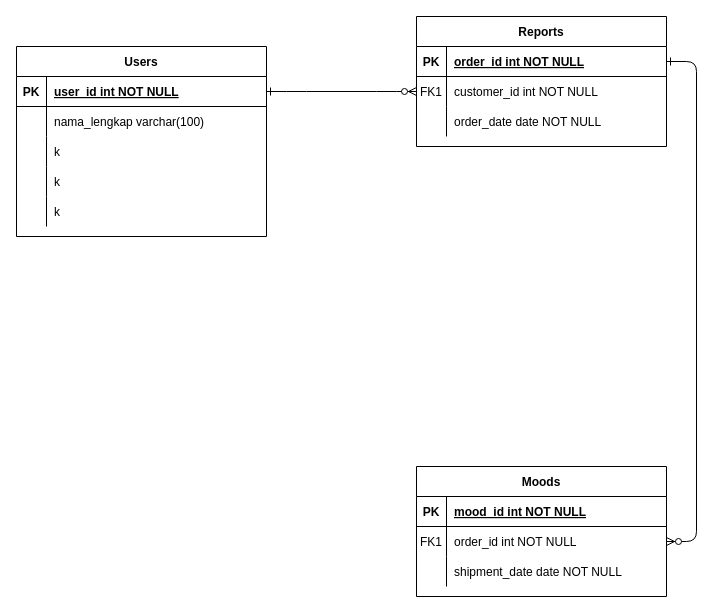
The draw.io diagram page "Halaman-2" (2 of 2) of ERD_MonitoringMagang.drawio in niflAkuy/MonitoringMagang, before the edit. Source tidied: cells renumbered, new cells numbered last; positions are measured from the earlier drawing's top-left corner, leaving out a move shared by most shapes. Both pictures are drawn from the tidied source at 100%, with x=0, y=0 at pixel (16, 16).
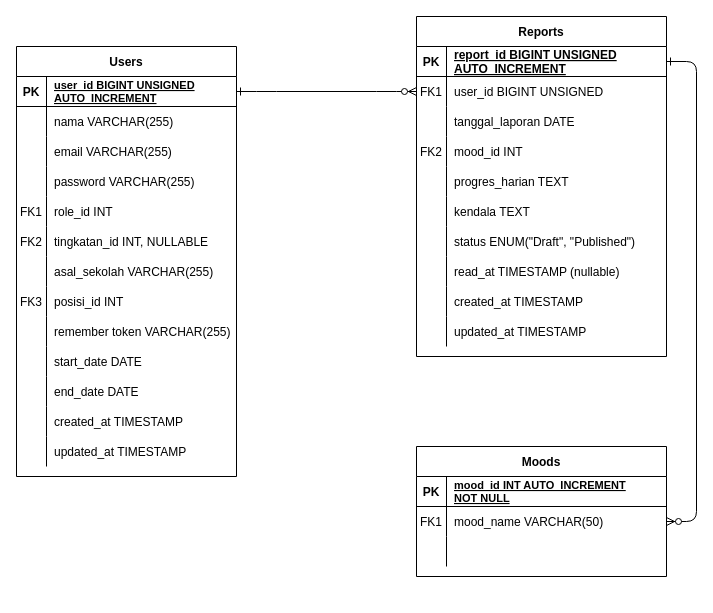
The same diagram, later.

Unchanged cells that the change refers to:
```xml
<mxCell id="5" style="shape=partialRectangle;fillColor=none;points=[[0,0.5],[1,0.5]];portConstraint=eastwest;top=0;left=0;right=0;bottom=1;" parent="4" vertex="1">
  <mxGeometry y="30" width="250" height="30" as="geometry" />
</mxCell>
<mxCell id="8" style="shape=partialRectangle;fillColor=none;points=[[0,0.5],[1,0.5]];portConstraint=eastwest;top=0;left=0;right=0;bottom=0;" parent="4" vertex="1">
  <mxGeometry y="60" width="250" height="30" as="geometry" />
</mxCell>
<mxCell id="11" style="shape=partialRectangle;fillColor=none;top=0;left=0;right=0;bottom=0;" parent="4" vertex="1">
  <mxGeometry y="90" width="250" height="30" as="geometry" />
</mxCell>
<mxCell id="15" style="shape=partialRectangle;fillColor=none;top=0;left=0;right=0;bottom=1;" parent="14" vertex="1">
  <mxGeometry y="30" width="250" height="30" as="geometry" />
</mxCell>
<mxCell id="18" style="shape=partialRectangle;fillColor=none;points=[[0,0.5],[1,0.5]];portConstraint=eastwest;top=0;left=0;right=0;bottom=0;" parent="14" vertex="1">
  <mxGeometry y="60" width="250" height="30" as="geometry" />
</mxCell>
<mxCell id="21" style="shape=partialRectangle;fillColor=none;top=0;left=0;right=0;bottom=0;" parent="14" vertex="1">
  <mxGeometry y="90" width="250" height="30" as="geometry" />
</mxCell>
```

What changed in the source:
```diff
@@
     <mxCell id="4" value="Reports" style="shape=table;startSize=30;childLayout=tableLayout;rowLines=0;fontStyle=1;align=center;" parent="1" vertex="1">
-      <mxGeometry x="400" width="250" height="130" as="geometry" />
+      <mxGeometry x="400" width="250" height="340" as="geometry" />
     </mxCell>
@@
-    <mxCell id="7" value="order_id int NOT NULL " style="shape=partialRectangle;overflow=hidden;fillColor=none;top=0;left=0;bottom=0;right=0;align=left;spacingLeft=6;fontStyle=5;" parent="5" vertex="1">
+    <mxCell id="7" value="report_id BIGINT UNSIGNED&#10;AUTO_INCREMENT" style="shape=partialRectangle;overflow=hidden;fillColor=none;top=0;left=0;bottom=0;right=0;align=left;spacingLeft=6;fontStyle=5;" parent="5" vertex="1">
       <mxGeometry x="30" width="220" height="30" as="geometry" />
     </mxCell>
@@
-    <mxCell id="10" value="customer_id int NOT NULL" style="shape=partialRectangle;overflow=hidden;fillColor=none;top=0;left=0;bottom=0;right=0;align=left;spacingLeft=6;" parent="8" vertex="1">
+    <mxCell id="10" value="user_id BIGINT UNSIGNED" style="shape=partialRectangle;overflow=hidden;fillColor=none;top=0;left=0;bottom=0;right=0;align=left;spacingLeft=6;" parent="8" vertex="1">
       <mxGeometry x="30" width="220" height="30" as="geometry" />
     </mxCell>
@@
-    <mxCell id="13" value="order_date date NOT NULL" style="shape=partialRectangle;overflow=hidden;fillColor=none;top=0;left=0;bottom=0;right=0;align=left;spacingLeft=6;" parent="11" vertex="1">
+    <mxCell id="13" value="tanggal_laporan DATE" style="shape=partialRectangle;overflow=hidden;fillColor=none;top=0;left=0;bottom=0;right=0;align=left;spacingLeft=6;" parent="11" vertex="1">
       <mxGeometry x="30" width="220" height="30" as="geometry" />
     </mxCell>
+    <mxCell id="40" style="shape=partialRectangle;fillColor=none;top=0;left=0;right=0;bottom=0;" parent="4" vertex="1">
+      <mxGeometry y="120" width="250" height="30" as="geometry" />
+    </mxCell>
+    <mxCell id="41" value="FK2" style="shape=partialRectangle;overflow=hidden;fillColor=none;top=0;left=0;bottom=0;right=0;" parent="40" vertex="1">
+      <mxGeometry width="30" height="30" as="geometry" />
+    </mxCell>
+    <mxCell id="42" value="mood_id INT" style="shape=partialRectangle;overflow=hidden;fillColor=none;top=0;left=0;bottom=0;right=0;align=left;spacingLeft=6;" parent="40" vertex="1">
+      <mxGeometry x="30" width="220" height="30" as="geometry" />
+    </mxCell>
+    <mxCell id="43" style="shape=partialRectangle;fillColor=none;top=0;left=0;right=0;bottom=0;" parent="4" vertex="1">
+      <mxGeometry y="150" width="250" height="30" as="geometry" />
+    </mxCell>
+    <mxCell id="44" style="shape=partialRectangle;overflow=hidden;fillColor=none;top=0;left=0;bottom=0;right=0;" parent="43" vertex="1">
+      <mxGeometry width="30" height="30" as="geometry" />
+    </mxCell>
+    <mxCell id="45" value="progres_harian TEXT" style="shape=partialRectangle;overflow=hidden;fillColor=none;top=0;left=0;bottom=0;right=0;align=left;spacingLeft=6;" parent="43" vertex="1">
+      <mxGeometry x="30" width="220" height="30" as="geometry" />
+    </mxCell>
+    <mxCell id="46" style="shape=partialRectangle;fillColor=none;top=0;left=0;right=0;bottom=0;" parent="4" vertex="1">
+      <mxGeometry y="180" width="250" height="30" as="geometry" />
+    </mxCell>
+    <mxCell id="47" style="shape=partialRectangle;overflow=hidden;fillColor=none;top=0;left=0;bottom=0;right=0;" parent="46" vertex="1">
+      <mxGeometry width="30" height="30" as="geometry" />
+    </mxCell>
+    <mxCell id="48" value="kendala TEXT" style="shape=partialRectangle;overflow=hidden;fillColor=none;top=0;left=0;bottom=0;right=0;align=left;spacingLeft=6;" parent="46" vertex="1">
+      <mxGeometry x="30" width="220" height="30" as="geometry" />
+    </mxCell>
+    <mxCell id="49" style="shape=partialRectangle;fillColor=none;top=0;left=0;right=0;bottom=0;" parent="4" vertex="1">
+      <mxGeometry y="210" width="250" height="30" as="geometry" />
+    </mxCell>
+    <mxCell id="50" style="shape=partialRectangle;overflow=hidden;fillColor=none;top=0;left=0;bottom=0;right=0;" parent="49" vertex="1">
+      <mxGeometry width="30" height="30" as="geometry" />
+    </mxCell>
+    <mxCell id="51" value="status ENUM(&quot;Draft&quot;, &quot;Published&quot;)" style="shape=partialRectangle;overflow=hidden;fillColor=none;top=0;left=0;bottom=0;right=0;align=left;spacingLeft=6;" parent="49" vertex="1">
+      <mxGeometry x="30" width="220" height="30" as="geometry" />
+    </mxCell>
+    <mxCell id="52" style="shape=partialRectangle;fillColor=none;top=0;left=0;right=0;bottom=0;" parent="4" vertex="1">
+      <mxGeometry y="240" width="250" height="30" as="geometry" />
+    </mxCell>
+    <mxCell id="53" style="shape=partialRectangle;overflow=hidden;fillColor=none;top=0;left=0;bottom=0;right=0;" parent="52" vertex="1">
+      <mxGeometry width="30" height="30" as="geometry" />
+    </mxCell>
+    <mxCell id="54" value="read_at TIMESTAMP (nullable)" style="shape=partialRectangle;overflow=hidden;fillColor=none;top=0;left=0;bottom=0;right=0;align=left;spacingLeft=6;" parent="52" vertex="1">
+      <mxGeometry x="30" width="220" height="30" as="geometry" />
+    </mxCell>
+    <mxCell id="55" style="shape=partialRectangle;fillColor=none;top=0;left=0;right=0;bottom=0;" parent="4" vertex="1">
+      <mxGeometry y="270" width="250" height="30" as="geometry" />
+    </mxCell>
+    <mxCell id="56" style="shape=partialRectangle;overflow=hidden;fillColor=none;top=0;left=0;bottom=0;right=0;" parent="55" vertex="1">
+      <mxGeometry width="30" height="30" as="geometry" />
+    </mxCell>
+    <mxCell id="57" value="created_at TIMESTAMP" style="shape=partialRectangle;overflow=hidden;fillColor=none;top=0;left=0;bottom=0;right=0;align=left;spacingLeft=6;" parent="55" vertex="1">
+      <mxGeometry x="30" width="220" height="30" as="geometry" />
+    </mxCell>
+    <mxCell id="58" style="shape=partialRectangle;fillColor=none;top=0;left=0;right=0;bottom=0;" parent="4" vertex="1">
+      <mxGeometry y="300" width="250" height="30" as="geometry" />
+    </mxCell>
+    <mxCell id="59" style="shape=partialRectangle;overflow=hidden;fillColor=none;top=0;left=0;bottom=0;right=0;" parent="58" vertex="1">
+      <mxGeometry width="30" height="30" as="geometry" />
+    </mxCell>
+    <mxCell id="60" value="updated_at TIMESTAMP" style="shape=partialRectangle;overflow=hidden;fillColor=none;top=0;left=0;bottom=0;right=0;align=left;spacingLeft=6;" parent="58" vertex="1">
+      <mxGeometry x="30" width="220" height="30" as="geometry" />
+    </mxCell>
     <mxCell id="14" value="Moods" style="shape=table;startSize=30;childLayout=tableLayout;rowLines=0;fontStyle=1;align=center;" parent="1" vertex="1">
-      <mxGeometry x="400" y="450" width="250" height="130" as="geometry" />
+      <mxGeometry x="400" y="430" width="250" height="130" as="geometry" />
     </mxCell>
@@
-    <mxCell id="17" value="mood_id int NOT NULL " style="shape=partialRectangle;overflow=hidden;fillColor=none;top=0;left=0;bottom=0;right=0;align=left;spacingLeft=6;fontStyle=5;" parent="15" vertex="1">
+    <mxCell id="17" value="mood_id INT AUTO_INCREMENT&#10;NOT NULL " style="shape=partialRectangle;overflow=hidden;fillColor=none;top=0;left=0;bottom=0;right=0;align=left;spacingLeft=6;fontStyle=5;fontSize=11;" parent="15" vertex="1">
       <mxGeometry x="30" width="220" height="30" as="geometry" />
     </mxCell>
@@
-    <mxCell id="20" value="order_id int NOT NULL" style="shape=partialRectangle;overflow=hidden;fillColor=none;top=0;left=0;bottom=0;right=0;align=left;spacingLeft=6;" parent="18" vertex="1">
+    <mxCell id="20" value="mood_name VARCHAR(50)" style="shape=partialRectangle;overflow=hidden;fillColor=none;top=0;left=0;bottom=0;right=0;align=left;spacingLeft=6;" parent="18" vertex="1">
       <mxGeometry x="30" width="220" height="30" as="geometry" />
     </mxCell>
@@
-    <mxCell id="23" value="shipment_date date NOT NULL" style="shape=partialRectangle;overflow=hidden;fillColor=none;top=0;left=0;bottom=0;right=0;align=left;spacingLeft=6;" parent="21" vertex="1">
+    <mxCell id="23" style="shape=partialRectangle;overflow=hidden;fillColor=none;top=0;left=0;bottom=0;right=0;align=left;spacingLeft=6;" parent="21" vertex="1">
       <mxGeometry x="30" width="220" height="30" as="geometry" />
     </mxCell>
     <mxCell id="24" value="Users" style="shape=table;startSize=30;childLayout=tableLayout;rowLines=0;fontStyle=1;align=center;" parent="1" vertex="1">
-      <mxGeometry y="30" width="250" height="190" as="geometry" />
+      <mxGeometry y="30" width="220" height="430" as="geometry" />
     </mxCell>
     <mxCell id="25" style="shape=partialRectangle;fillColor=none;points=[[0,0.5],[1,0.5]];portConstraint=eastwest;top=0;left=0;right=0;bottom=1;" parent="24" vertex="1">
-      <mxGeometry y="30" width="250" height="30" as="geometry" />
+      <mxGeometry y="30" width="220" height="30" as="geometry" />
     </mxCell>
@@
-    <mxCell id="27" value="user_id int NOT NULL " style="shape=partialRectangle;overflow=hidden;fillColor=none;top=0;left=0;bottom=0;right=0;align=left;spacingLeft=6;fontStyle=5;" parent="25" vertex="1">
-      <mxGeometry x="30" width="220" height="30" as="geometry" />
+    <mxCell id="27" value="user_id BIGINT UNSIGNED&#10;AUTO_INCREMENT" style="shape=partialRectangle;overflow=hidden;fillColor=none;top=0;left=0;bottom=0;right=0;align=left;spacingLeft=6;fontStyle=5;fontSize=11;" parent="25" vertex="1">
+      <mxGeometry x="30" width="190" height="30" as="geometry" />
     </mxCell>
     <mxCell id="28" style="shape=partialRectangle;fillColor=none;top=0;left=0;right=0;bottom=0;" parent="24" vertex="1">
-      <mxGeometry y="60" width="250" height="30" as="geometry" />
+      <mxGeometry y="60" width="220" height="30" as="geometry" />
     </mxCell>
@@
-    <mxCell id="30" value="nama_lengkap varchar(100)" style="shape=partialRectangle;overflow=hidden;fillColor=none;top=0;left=0;bottom=0;right=0;align=left;spacingLeft=6;" parent="28" vertex="1">
-      <mxGeometry x="30" width="220" height="30" as="geometry" />
+    <mxCell id="30" value="nama VARCHAR(255)" style="shape=partialRectangle;overflow=hidden;fillColor=none;top=0;left=0;bottom=0;right=0;align=left;spacingLeft=6;" parent="28" vertex="1">
+      <mxGeometry x="30" width="190" height="30" as="geometry" />
     </mxCell>
     <mxCell id="31" style="shape=partialRectangle;fillColor=none;top=0;left=0;right=0;bottom=0;" parent="24" vertex="1">
-      <mxGeometry y="90" width="250" height="30" as="geometry" />
+      <mxGeometry y="90" width="220" height="30" as="geometry" />
     </mxCell>
@@
-    <mxCell id="33" value="k" style="shape=partialRectangle;overflow=hidden;fillColor=none;top=0;left=0;bottom=0;right=0;align=left;spacingLeft=6;" parent="31" vertex="1">
-      <mxGeometry x="30" width="220" height="30" as="geometry" />
+    <mxCell id="33" value="email VARCHAR(255)" style="shape=partialRectangle;overflow=hidden;fillColor=none;top=0;left=0;bottom=0;right=0;align=left;spacingLeft=6;" parent="31" vertex="1">
+      <mxGeometry x="30" width="190" height="30" as="geometry" />
     </mxCell>
     <mxCell id="34" style="shape=partialRectangle;fillColor=none;top=0;left=0;right=0;bottom=0;" parent="24" vertex="1">
-      <mxGeometry y="120" width="250" height="30" as="geometry" />
+      <mxGeometry y="120" width="220" height="30" as="geometry" />
     </mxCell>
@@
-    <mxCell id="36" value="k" style="shape=partialRectangle;overflow=hidden;fillColor=none;top=0;left=0;bottom=0;right=0;align=left;spacingLeft=6;" parent="34" vertex="1">
-      <mxGeometry x="30" width="220" height="30" as="geometry" />
+    <mxCell id="36" value="password VARCHAR(255)" style="shape=partialRectangle;overflow=hidden;fillColor=none;top=0;left=0;bottom=0;right=0;align=left;spacingLeft=6;" parent="34" vertex="1">
+      <mxGeometry x="30" width="190" height="30" as="geometry" />
     </mxCell>
     <mxCell id="37" style="shape=partialRectangle;fillColor=none;top=0;left=0;right=0;bottom=0;" parent="24" vertex="1">
-      <mxGeometry y="150" width="250" height="30" as="geometry" />
+      <mxGeometry y="150" width="220" height="30" as="geometry" />
     </mxCell>
-    <mxCell id="38" style="shape=partialRectangle;overflow=hidden;fillColor=none;top=0;left=0;bottom=0;right=0;" parent="37" vertex="1">
+    <mxCell id="38" value="FK1" style="shape=partialRectangle;overflow=hidden;fillColor=none;top=0;left=0;bottom=0;right=0;" parent="37" vertex="1">
       <mxGeometry width="30" height="30" as="geometry" />
     </mxCell>
-    <mxCell id="39" value="k" style="shape=partialRectangle;overflow=hidden;fillColor=none;top=0;left=0;bottom=0;right=0;align=left;spacingLeft=6;" parent="37" vertex="1">
-      <mxGeometry x="30" width="220" height="30" as="geometry" />
+    <mxCell id="39" value="role_id INT" style="shape=partialRectangle;overflow=hidden;fillColor=none;top=0;left=0;bottom=0;right=0;align=left;spacingLeft=6;" parent="37" vertex="1">
+      <mxGeometry x="30" width="190" height="30" as="geometry" />
     </mxCell>
+    <mxCell id="61" style="shape=partialRectangle;fillColor=none;top=0;left=0;right=0;bottom=0;" parent="24" vertex="1">
+      <mxGeometry y="180" width="220" height="30" as="geometry" />
+    </mxCell>
+    <mxCell id="62" value="FK2" style="shape=partialRectangle;overflow=hidden;fillColor=none;top=0;left=0;bottom=0;right=0;" parent="61" vertex="1">
+      <mxGeometry width="30" height="30" as="geometry" />
+    </mxCell>
+    <mxCell id="63" value="tingkatan_id INT, NULLABLE" style="shape=partialRectangle;overflow=hidden;fillColor=none;top=0;left=0;bottom=0;right=0;align=left;spacingLeft=6;" parent="61" vertex="1">
+      <mxGeometry x="30" width="190" height="30" as="geometry" />
+    </mxCell>
+    <mxCell id="64" style="shape=partialRectangle;fillColor=none;top=0;left=0;right=0;bottom=0;" parent="24" vertex="1">
+      <mxGeometry y="210" width="220" height="30" as="geometry" />
+    </mxCell>
+    <mxCell id="65" style="shape=partialRectangle;overflow=hidden;fillColor=none;top=0;left=0;bottom=0;right=0;" parent="64" vertex="1">
+      <mxGeometry width="30" height="30" as="geometry" />
+    </mxCell>
+    <mxCell id="66" value="asal_sekolah VARCHAR(255)" style="shape=partialRectangle;overflow=hidden;fillColor=none;top=0;left=0;bottom=0;right=0;align=left;spacingLeft=6;" parent="64" vertex="1">
+      <mxGeometry x="30" width="190" height="30" as="geometry" />
+    </mxCell>
+    <mxCell id="67" style="shape=partialRectangle;fillColor=none;top=0;left=0;right=0;bottom=0;" parent="24" vertex="1">
+      <mxGeometry y="240" width="220" height="30" as="geometry" />
+    </mxCell>
+    <mxCell id="68" value="FK3" style="shape=partialRectangle;overflow=hidden;fillColor=none;top=0;left=0;bottom=0;right=0;" parent="67" vertex="1">
+      <mxGeometry width="30" height="30" as="geometry" />
+    </mxCell>
+    <mxCell id="69" value="posisi_id INT" style="shape=partialRectangle;overflow=hidden;fillColor=none;top=0;left=0;bottom=0;right=0;align=left;spacingLeft=6;" parent="67" vertex="1">
+      <mxGeometry x="30" width="190" height="30" as="geometry" />
+    </mxCell>
+    <mxCell id="70" style="shape=partialRectangle;fillColor=none;top=0;left=0;right=0;bottom=0;" parent="24" vertex="1">
+      <mxGeometry y="270" width="220" height="30" as="geometry" />
+    </mxCell>
+    <mxCell id="71" style="shape=partialRectangle;overflow=hidden;fillColor=none;top=0;left=0;bottom=0;right=0;" parent="70" vertex="1">
+      <mxGeometry width="30" height="30" as="geometry" />
+    </mxCell>
+    <mxCell id="72" value="remember token VARCHAR(255)" style="shape=partialRectangle;overflow=hidden;fillColor=none;top=0;left=0;bottom=0;right=0;align=left;spacingLeft=6;" parent="70" vertex="1">
+      <mxGeometry x="30" width="190" height="30" as="geometry" />
+    </mxCell>
+    <mxCell id="73" style="shape=partialRectangle;fillColor=none;top=0;left=0;right=0;bottom=0;" parent="24" vertex="1">
+      <mxGeometry y="300" width="220" height="30" as="geometry" />
+    </mxCell>
+    <mxCell id="74" style="shape=partialRectangle;overflow=hidden;fillColor=none;top=0;left=0;bottom=0;right=0;" parent="73" vertex="1">
+      <mxGeometry width="30" height="30" as="geometry" />
+    </mxCell>
+    <mxCell id="75" value="start_date DATE" style="shape=partialRectangle;overflow=hidden;fillColor=none;top=0;left=0;bottom=0;right=0;align=left;spacingLeft=6;" parent="73" vertex="1">
+      <mxGeometry x="30" width="190" height="30" as="geometry" />
+    </mxCell>
+    <mxCell id="76" style="shape=partialRectangle;fillColor=none;top=0;left=0;right=0;bottom=0;" parent="24" vertex="1">
+      <mxGeometry y="330" width="220" height="30" as="geometry" />
+    </mxCell>
+    <mxCell id="77" style="shape=partialRectangle;overflow=hidden;fillColor=none;top=0;left=0;bottom=0;right=0;" parent="76" vertex="1">
+      <mxGeometry width="30" height="30" as="geometry" />
+    </mxCell>
+    <mxCell id="78" value="end_date DATE" style="shape=partialRectangle;overflow=hidden;fillColor=none;top=0;left=0;bottom=0;right=0;align=left;spacingLeft=6;" parent="76" vertex="1">
+      <mxGeometry x="30" width="190" height="30" as="geometry" />
+    </mxCell>
+    <mxCell id="79" style="shape=partialRectangle;fillColor=none;top=0;left=0;right=0;bottom=0;" parent="24" vertex="1">
+      <mxGeometry y="360" width="220" height="30" as="geometry" />
+    </mxCell>
+    <mxCell id="80" style="shape=partialRectangle;overflow=hidden;fillColor=none;top=0;left=0;bottom=0;right=0;" parent="79" vertex="1">
+      <mxGeometry width="30" height="30" as="geometry" />
+    </mxCell>
+    <mxCell id="81" value="created_at TIMESTAMP" style="shape=partialRectangle;overflow=hidden;fillColor=none;top=0;left=0;bottom=0;right=0;align=left;spacingLeft=6;" parent="79" vertex="1">
+      <mxGeometry x="30" width="190" height="30" as="geometry" />
+    </mxCell>
+    <mxCell id="82" style="shape=partialRectangle;fillColor=none;top=0;left=0;right=0;bottom=0;" parent="24" vertex="1">
+      <mxGeometry y="390" width="220" height="30" as="geometry" />
+    </mxCell>
+    <mxCell id="83" style="shape=partialRectangle;overflow=hidden;fillColor=none;top=0;left=0;bottom=0;right=0;" parent="82" vertex="1">
+      <mxGeometry width="30" height="30" as="geometry" />
+    </mxCell>
+    <mxCell id="84" value="updated_at TIMESTAMP" style="shape=partialRectangle;overflow=hidden;fillColor=none;top=0;left=0;bottom=0;right=0;align=left;spacingLeft=6;" parent="82" vertex="1">
+      <mxGeometry x="30" width="190" height="30" as="geometry" />
+    </mxCell>
```
